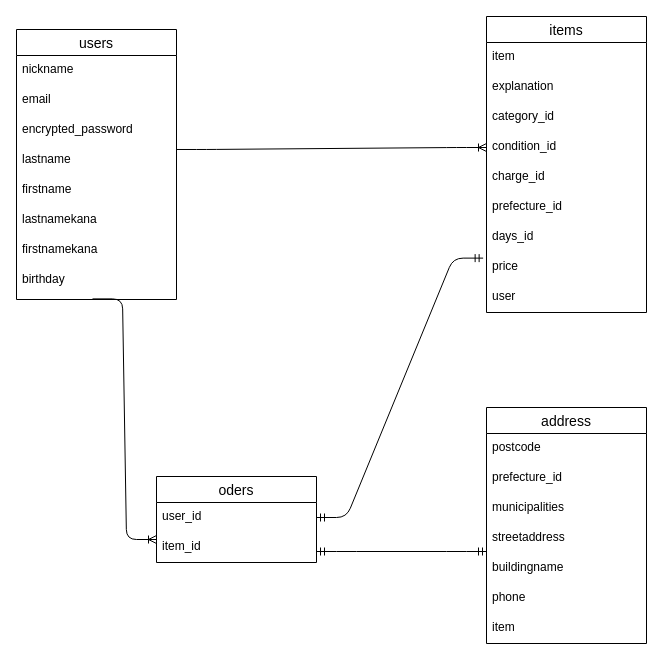
Above: furima.dio in tomoco-h/furima-39522 (draw.io), before the change. Source tidied: cells renumbered, new cells numbered last; positions are measured from the earlier drawing's top-left corner, leaving out a move shared by most shapes. Both pictures are drawn from the tidied source at 100%, with x=0, y=0 at pixel (16, 16).
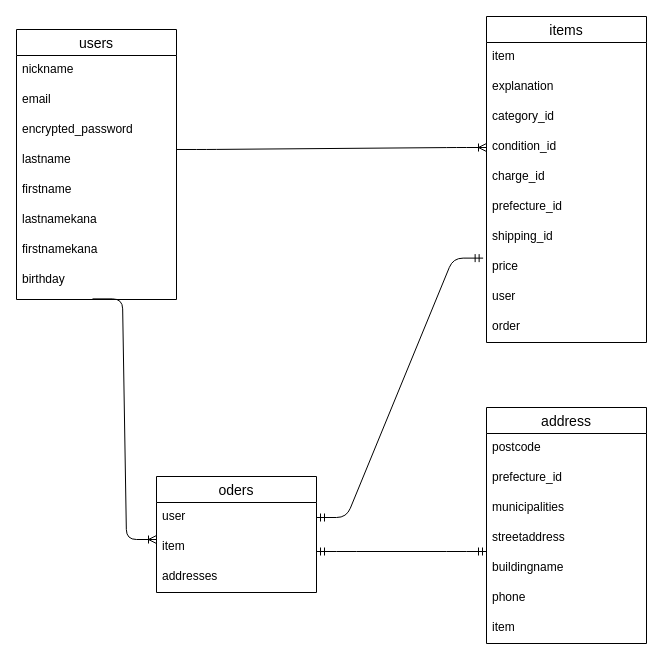
After the change.

Commit message (it also covers changes not shown here):
データベース設計_修正v2

Change to the diagram source:
```diff
@@
     <mxCell id="12" value="items" style="swimlane;fontStyle=0;horizontal=1;startSize=26;align=center;fontSize=14;" parent="1" vertex="1">
-      <mxGeometry x="470" width="160" height="296" as="geometry" />
+      <mxGeometry x="470" width="160" height="326" as="geometry" />
     </mxCell>
@@
-    <mxCell id="19" value="days_id " style="text;strokeColor=none;fillColor=none;spacingLeft=4;spacingRight=4;overflow=hidden;fontSize=12;" parent="12" vertex="1">
+    <mxCell id="19" value="shipping_id" style="text;strokeColor=none;fillColor=none;spacingLeft=4;spacingRight=4;overflow=hidden;fontSize=12;" parent="12" vertex="1">
       <mxGeometry y="206" width="160" height="30" as="geometry" />
     </mxCell>
@@
+    <mxCell id="37" value=" order" style="text;strokeColor=none;fillColor=none;spacingLeft=4;spacingRight=4;overflow=hidden;fontSize=12;" parent="12" vertex="1">
+      <mxGeometry y="296" width="160" height="30" as="geometry" />
+    </mxCell>
     <mxCell id="22" value="oders" style="swimlane;fontStyle=0;horizontal=1;startSize=26;align=center;fontSize=14;" parent="1" vertex="1">
-      <mxGeometry x="140" y="460" width="160" height="86" as="geometry" />
+      <mxGeometry x="140" y="460" width="160" height="116" as="geometry" />
     </mxCell>
-    <mxCell id="23" value="user_id" style="text;strokeColor=none;fillColor=none;spacingLeft=4;spacingRight=4;overflow=hidden;fontSize=12;" parent="22" vertex="1">
+    <mxCell id="23" value="user" style="text;strokeColor=none;fillColor=none;spacingLeft=4;spacingRight=4;overflow=hidden;fontSize=12;" parent="22" vertex="1">
       <mxGeometry y="26" width="160" height="30" as="geometry" />
     </mxCell>
-    <mxCell id="24" value="item_id" style="text;strokeColor=none;fillColor=none;spacingLeft=4;spacingRight=4;overflow=hidden;fontSize=12;" parent="22" vertex="1">
+    <mxCell id="24" value="item" style="text;strokeColor=none;fillColor=none;spacingLeft=4;spacingRight=4;overflow=hidden;fontSize=12;" parent="22" vertex="1">
       <mxGeometry y="56" width="160" height="30" as="geometry" />
     </mxCell>
+    <mxCell id="38" value="addresses" style="text;strokeColor=none;fillColor=none;spacingLeft=4;spacingRight=4;overflow=hidden;fontSize=12;" parent="22" vertex="1">
+      <mxGeometry y="86" width="160" height="30" as="geometry" />
+    </mxCell>
```
